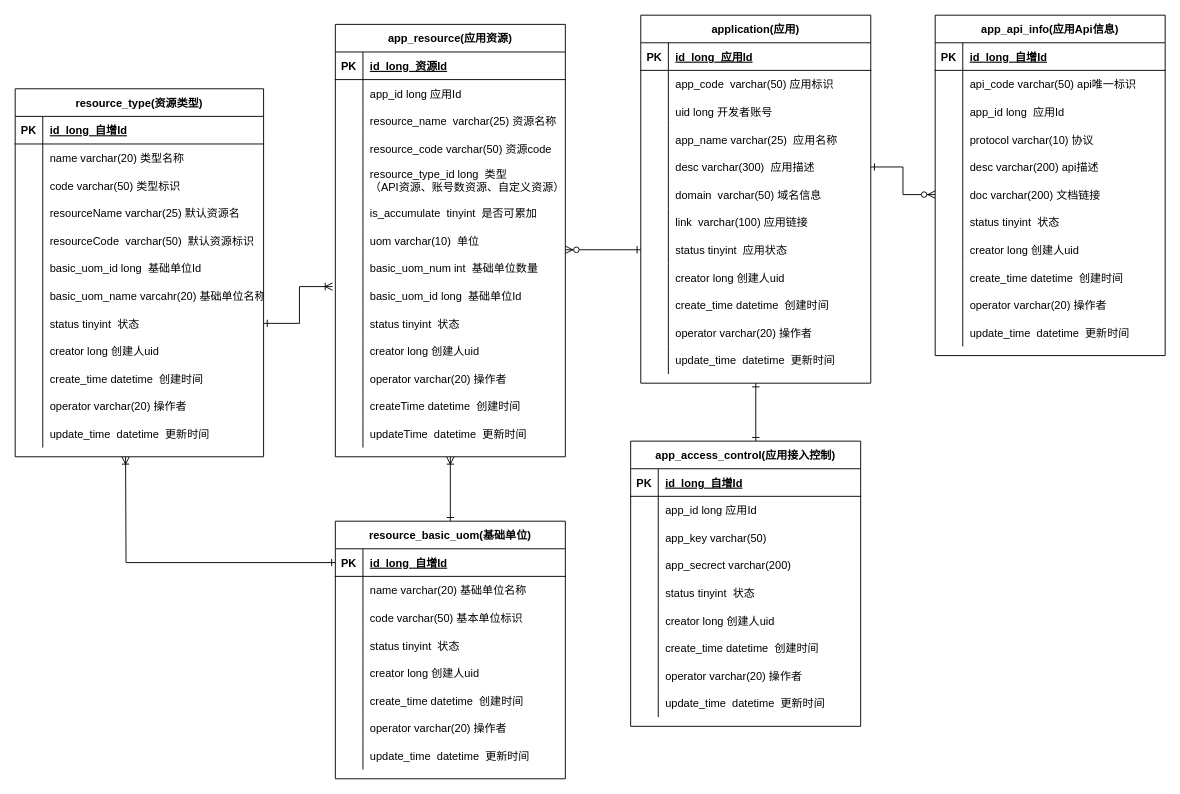
The draw.io diagram page "应用数据表设计" (2 of 2) of product.drawio in AjaxXu/Diagram, before the edit. Source tidied: cells renumbered, new cells numbered last; positions are measured from the earlier drawing's top-left corner, leaving out a move shared by most shapes. Both pictures are drawn from the tidied source at 92%, with x=0, y=0 at pixel (15, 15).
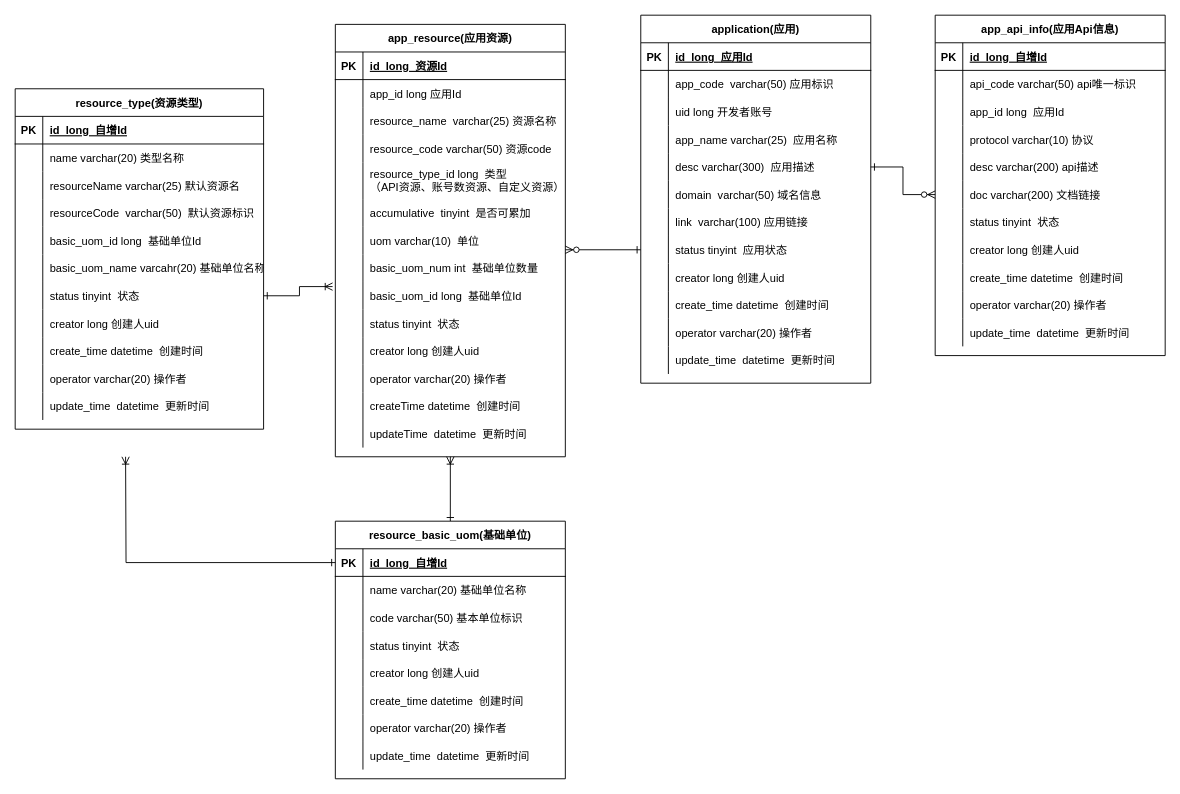
After the change.

The change refers to these unchanged cells:
```xml
<mxCell id="2" value="application(应用)" style="shape=table;startSize=30;childLayout=tableLayout;rowLines=0;fontStyle=1;align=center;" parent="1" vertex="1">
  <mxGeometry x="680" width="250" height="400" as="geometry" />
</mxCell>
<mxCell id="55" style="shape=partialRectangle;fillColor=none;top=0;left=0;right=0;bottom=0;" parent="39" vertex="1">
  <mxGeometry y="190" width="250" height="30" as="geometry" />
</mxCell>
```

Change to the diagram source:
```diff
@@
-    <mxCell id="57" value="is_accumulate  tinyint  是否可累加" style="shape=partialRectangle;overflow=hidden;fillColor=none;top=0;left=0;bottom=0;right=0;align=left;spacingLeft=6;" parent="55" vertex="1">
+    <mxCell id="57" value="accumulative  tinyint  是否可累加" style="shape=partialRectangle;overflow=hidden;fillColor=none;top=0;left=0;bottom=0;right=0;align=left;spacingLeft=6;" parent="55" vertex="1">
       <mxGeometry x="30" width="220" height="30" as="geometry" />
     </mxCell>
@@
-    <mxCell id="86" style="edgeStyle=orthogonalEdgeStyle;rounded=0;jettySize=auto;html=1;exitX=0.544;exitY=0;exitDx=0;exitDy=0;startArrow=ERone;startFill=0;endArrow=ERone;endFill=0;entryX=0.5;entryY=1;entryDx=0;entryDy=0;exitPerimeter=0;" parent="1" edge="1" source="87" target="2">
-      <mxGeometry relative="1" as="geometry" />
-    </mxCell>
-    <mxCell id="87" value="app_access_control(应用接入控制)" style="shape=table;startSize=30;childLayout=tableLayout;rowLines=0;fontStyle=1;align=center;" parent="1" vertex="1">
-      <mxGeometry x="669" y="463" width="250" height="310" as="geometry" />
-    </mxCell>
-    <mxCell id="88" style="shape=partialRectangle;fillColor=none;top=0;left=0;right=0;bottom=1;" parent="87" vertex="1">
-      <mxGeometry y="30" width="250" height="30" as="geometry" />
-    </mxCell>
-    <mxCell id="89" value="PK" style="shape=partialRectangle;overflow=hidden;fillColor=none;top=0;left=0;bottom=0;right=0;fontStyle=1;" parent="88" vertex="1">
-      <mxGeometry width="30" height="30" as="geometry" />
-    </mxCell>
-    <mxCell id="90" value="id  long  自增Id" style="shape=partialRectangle;overflow=hidden;fillColor=none;top=0;left=0;bottom=0;right=0;align=left;spacingLeft=6;fontStyle=5;" parent="88" vertex="1">
-      <mxGeometry x="30" width="220" height="30" as="geometry" />
-    </mxCell>
-    <mxCell id="91" style="shape=partialRectangle;fillColor=none;top=0;left=0;right=0;bottom=0;" parent="87" vertex="1">
-      <mxGeometry y="60" width="250" height="30" as="geometry" />
-    </mxCell>
-    <mxCell id="92" style="shape=partialRectangle;overflow=hidden;fillColor=none;top=0;left=0;bottom=0;right=0;" parent="91" vertex="1">
-      <mxGeometry width="30" height="30" as="geometry" />
-    </mxCell>
-    <mxCell id="93" value="app_id long 应用Id" style="shape=partialRectangle;overflow=hidden;fillColor=none;top=0;left=0;bottom=0;right=0;align=left;spacingLeft=6;" parent="91" vertex="1">
-      <mxGeometry x="30" width="220" height="30" as="geometry" />
-    </mxCell>
-    <mxCell id="94" style="shape=partialRectangle;fillColor=none;top=0;left=0;right=0;bottom=0;" parent="87" vertex="1">
-      <mxGeometry y="90" width="250" height="30" as="geometry" />
-    </mxCell>
-    <mxCell id="95" style="shape=partialRectangle;overflow=hidden;fillColor=none;top=0;left=0;bottom=0;right=0;" parent="94" vertex="1">
-      <mxGeometry width="30" height="30" as="geometry" />
-    </mxCell>
-    <mxCell id="96" value="app_key varchar(50) " style="shape=partialRectangle;overflow=hidden;fillColor=none;top=0;left=0;bottom=0;right=0;align=left;spacingLeft=6;" parent="94" vertex="1">
-      <mxGeometry x="30" width="220" height="30" as="geometry" />
-    </mxCell>
-    <mxCell id="97" style="shape=partialRectangle;fillColor=none;top=0;left=0;right=0;bottom=0;" parent="87" vertex="1">
-      <mxGeometry y="120" width="250" height="30" as="geometry" />
-    </mxCell>
-    <mxCell id="98" style="shape=partialRectangle;overflow=hidden;fillColor=none;top=0;left=0;bottom=0;right=0;" parent="97" vertex="1">
-      <mxGeometry width="30" height="30" as="geometry" />
-    </mxCell>
-    <mxCell id="99" value="app_secrect varchar(200)" style="shape=partialRectangle;overflow=hidden;fillColor=none;top=0;left=0;bottom=0;right=0;align=left;spacingLeft=6;" parent="97" vertex="1">
-      <mxGeometry x="30" width="220" height="30" as="geometry" />
-    </mxCell>
-    <mxCell id="100" style="shape=partialRectangle;fillColor=none;top=0;left=0;right=0;bottom=0;" parent="87" vertex="1">
-      <mxGeometry y="150" width="250" height="30" as="geometry" />
-    </mxCell>
-    <mxCell id="101" style="shape=partialRectangle;overflow=hidden;fillColor=none;top=0;left=0;bottom=0;right=0;" parent="100" vertex="1">
-      <mxGeometry width="30" height="30" as="geometry" />
-    </mxCell>
-    <mxCell id="102" value="status tinyint  状态" style="shape=partialRectangle;overflow=hidden;fillColor=none;top=0;left=0;bottom=0;right=0;align=left;spacingLeft=6;" parent="100" vertex="1">
-      <mxGeometry x="30" width="220" height="30" as="geometry" />
-    </mxCell>
-    <mxCell id="103" style="shape=partialRectangle;fillColor=none;top=0;left=0;right=0;bottom=0;" parent="87" vertex="1">
-      <mxGeometry y="180" width="250" height="30" as="geometry" />
-    </mxCell>
-    <mxCell id="104" style="shape=partialRectangle;overflow=hidden;fillColor=none;top=0;left=0;bottom=0;right=0;" parent="103" vertex="1">
-      <mxGeometry width="30" height="30" as="geometry" />
-    </mxCell>
-    <mxCell id="105" value="creator long 创建人uid" style="shape=partialRectangle;overflow=hidden;fillColor=none;top=0;left=0;bottom=0;right=0;align=left;spacingLeft=6;" parent="103" vertex="1">
-      <mxGeometry x="30" width="220" height="30" as="geometry" />
-    </mxCell>
-    <mxCell id="106" style="shape=partialRectangle;fillColor=none;top=0;left=0;right=0;bottom=0;" parent="87" vertex="1">
-      <mxGeometry y="210" width="250" height="30" as="geometry" />
-    </mxCell>
-    <mxCell id="107" style="shape=partialRectangle;overflow=hidden;fillColor=none;top=0;left=0;bottom=0;right=0;" parent="106" vertex="1">
-      <mxGeometry width="30" height="30" as="geometry" />
-    </mxCell>
-    <mxCell id="108" value="create_time datetime  创建时间" style="shape=partialRectangle;overflow=hidden;fillColor=none;top=0;left=0;bottom=0;right=0;align=left;spacingLeft=6;" parent="106" vertex="1">
-      <mxGeometry x="30" width="220" height="30" as="geometry" />
-    </mxCell>
-    <mxCell id="109" style="shape=partialRectangle;fillColor=none;top=0;left=0;right=0;bottom=0;" parent="87" vertex="1">
-      <mxGeometry y="240" width="250" height="30" as="geometry" />
-    </mxCell>
-    <mxCell id="110" style="shape=partialRectangle;overflow=hidden;fillColor=none;top=0;left=0;bottom=0;right=0;" parent="109" vertex="1">
-      <mxGeometry width="30" height="30" as="geometry" />
-    </mxCell>
-    <mxCell id="111" value="operator varchar(20) 操作者" style="shape=partialRectangle;overflow=hidden;fillColor=none;top=0;left=0;bottom=0;right=0;align=left;spacingLeft=6;" parent="109" vertex="1">
-      <mxGeometry x="30" width="220" height="30" as="geometry" />
-    </mxCell>
-    <mxCell id="112" style="shape=partialRectangle;fillColor=none;top=0;left=0;right=0;bottom=0;" parent="87" vertex="1">
-      <mxGeometry y="270" width="250" height="30" as="geometry" />
-    </mxCell>
-    <mxCell id="113" style="shape=partialRectangle;overflow=hidden;fillColor=none;top=0;left=0;bottom=0;right=0;" parent="112" vertex="1">
-      <mxGeometry width="30" height="30" as="geometry" />
-    </mxCell>
-    <mxCell id="114" value="update_time  datetime  更新时间" style="shape=partialRectangle;overflow=hidden;fillColor=none;top=0;left=0;bottom=0;right=0;align=left;spacingLeft=6;" parent="112" vertex="1">
-      <mxGeometry x="30" width="220" height="30" as="geometry" />
-    </mxCell>
@@
     <mxCell id="141" value="resource_type(资源类型)" style="shape=table;startSize=30;childLayout=tableLayout;rowLines=0;fontStyle=1;align=center;" parent="1" vertex="1">
-      <mxGeometry y="80" width="270" height="400" as="geometry" />
+      <mxGeometry y="80" width="270" height="370" as="geometry" />
     </mxCell>
@@
-    <mxCell id="148" style="shape=partialRectangle;fillColor=none;top=0;left=0;right=0;bottom=0;" parent="141" vertex="1">
-      <mxGeometry y="90" width="270" height="30" as="geometry" />
-    </mxCell>
-    <mxCell id="149" style="shape=partialRectangle;overflow=hidden;fillColor=none;top=0;left=0;bottom=0;right=0;" parent="148" vertex="1">
-      <mxGeometry width="30" height="30" as="geometry" />
-    </mxCell>
-    <mxCell id="150" value="code varchar(50) 类型标识" style="shape=partialRectangle;overflow=hidden;fillColor=none;top=0;left=0;bottom=0;right=0;align=left;spacingLeft=6;" parent="148" vertex="1">
-      <mxGeometry x="30" width="240" height="30" as="geometry" />
-    </mxCell>
     <mxCell id="151" style="shape=partialRectangle;fillColor=none;top=0;left=0;right=0;bottom=0;" parent="141" vertex="1">
-      <mxGeometry y="120" width="270" height="30" as="geometry" />
+      <mxGeometry y="90" width="270" height="30" as="geometry" />
     </mxCell>
@@
     <mxCell id="154" style="shape=partialRectangle;fillColor=none;top=0;left=0;right=0;bottom=0;" parent="141" vertex="1">
-      <mxGeometry y="150" width="270" height="30" as="geometry" />
+      <mxGeometry y="120" width="270" height="30" as="geometry" />
     </mxCell>
@@
     <mxCell id="157" style="shape=partialRectangle;fillColor=none;top=0;left=0;right=0;bottom=0;" parent="141" vertex="1">
-      <mxGeometry y="180" width="270" height="30" as="geometry" />
+      <mxGeometry y="150" width="270" height="30" as="geometry" />
     </mxCell>
@@
     <mxCell id="160" style="shape=partialRectangle;fillColor=none;top=0;left=0;right=0;bottom=0;" parent="141" vertex="1">
-      <mxGeometry y="210" width="270" height="30" as="geometry" />
+      <mxGeometry y="180" width="270" height="30" as="geometry" />
     </mxCell>
@@
     <mxCell id="163" style="shape=partialRectangle;fillColor=none;points=[[0,0.5],[1,0.5]];portConstraint=eastwest;top=0;left=0;right=0;bottom=0;" parent="141" vertex="1">
-      <mxGeometry y="240" width="270" height="30" as="geometry" />
+      <mxGeometry y="210" width="270" height="30" as="geometry" />
     </mxCell>
@@
     <mxCell id="166" style="shape=partialRectangle;fillColor=none;top=0;left=0;right=0;bottom=0;" parent="141" vertex="1">
-      <mxGeometry y="270" width="270" height="30" as="geometry" />
+      <mxGeometry y="240" width="270" height="30" as="geometry" />
     </mxCell>
@@
     <mxCell id="169" style="shape=partialRectangle;fillColor=none;top=0;left=0;right=0;bottom=0;" parent="141" vertex="1">
-      <mxGeometry y="300" width="270" height="30" as="geometry" />
+      <mxGeometry y="270" width="270" height="30" as="geometry" />
     </mxCell>
@@
     <mxCell id="172" style="shape=partialRectangle;fillColor=none;top=0;left=0;right=0;bottom=0;" parent="141" vertex="1">
-      <mxGeometry y="330" width="270" height="30" as="geometry" />
+      <mxGeometry y="300" width="270" height="30" as="geometry" />
     </mxCell>
@@
     <mxCell id="175" style="shape=partialRectangle;fillColor=none;top=0;left=0;right=0;bottom=0;" parent="141" vertex="1">
-      <mxGeometry y="360" width="270" height="30" as="geometry" />
+      <mxGeometry y="330" width="270" height="30" as="geometry" />
     </mxCell>
```
